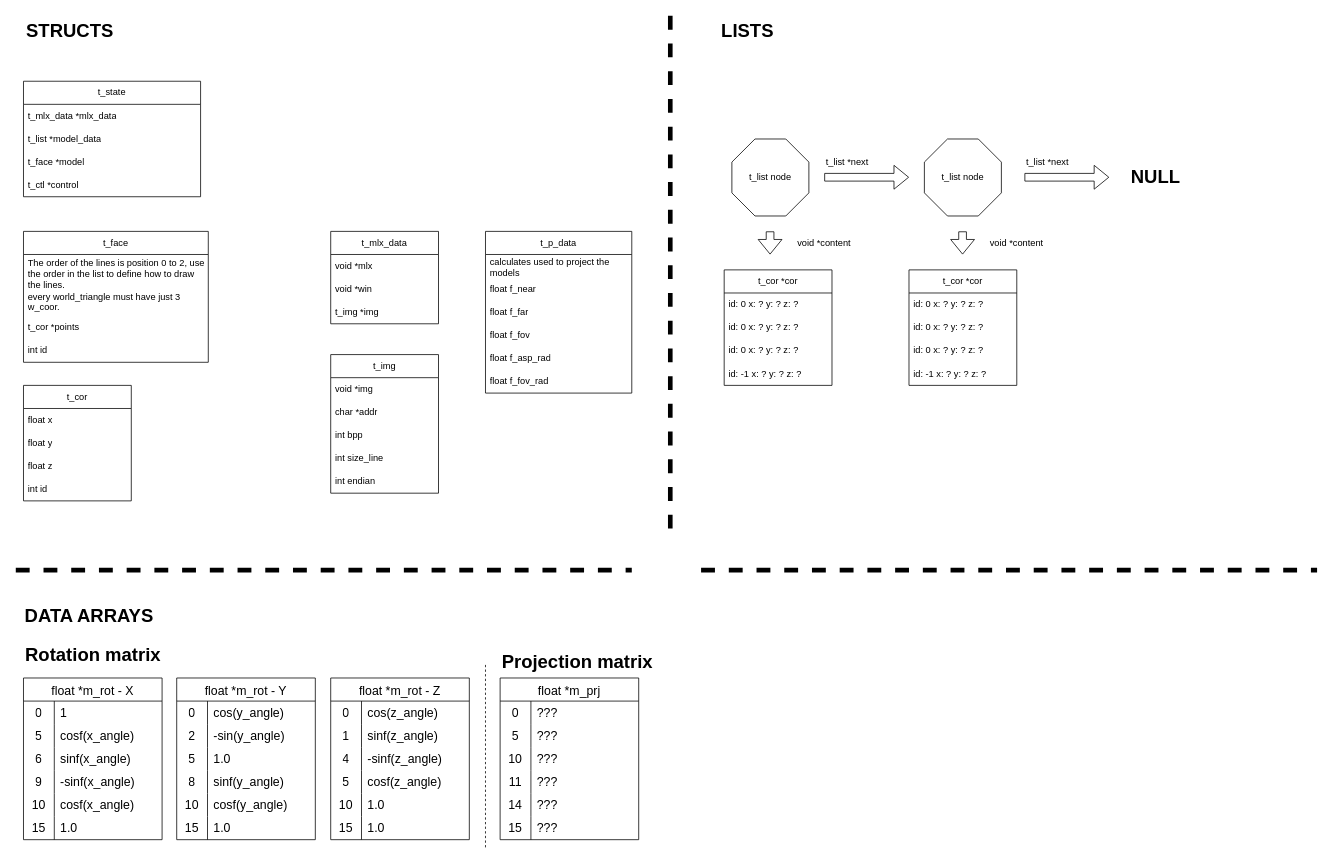
nythocampos/42_code keeps this draw.io diagram as page "data layer" (2 of 4) of Untitled Diagram.drawio. Above is the earlier version. Source tidied: cells renumbered, new cells numbered last; positions are measured from the earlier drawing's top-left corner, leaving out a move shared by most shapes. Both pictures are drawn from the tidied source at 77%, with x=0, y=0 at pixel (15, 15).
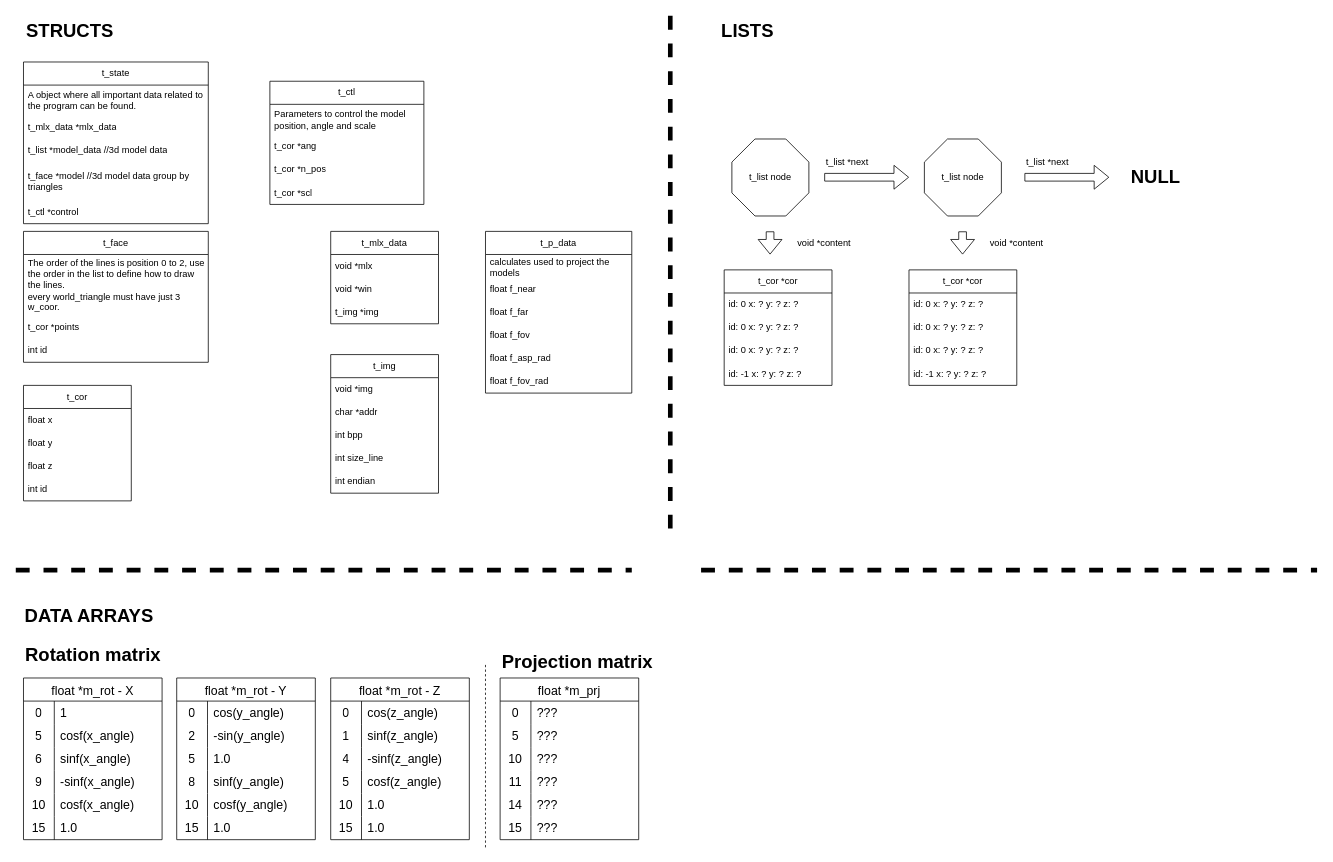
Above is the later version.

The edit, as a diff of the source:
```diff
@@
     <mxCell id="28" value="t_state" style="swimlane;fontStyle=0;horizontal=1;startSize=30;whiteSpace=wrap;html=1;" parent="1" vertex="1">
-      <mxGeometry x="10" y="85" width="230" height="150" as="geometry" />
+      <mxGeometry x="10" y="60" width="240" height="210" as="geometry" />
     </mxCell>
+    <mxCell id="139" value="A object where all important data related to the program can be found." style="text;strokeColor=none;fillColor=none;align=left;verticalAlign=middle;spacingLeft=4;spacingRight=4;overflow=hidden;whiteSpace=wrap;html=1;" parent="28" vertex="1">
+      <mxGeometry y="30" width="240" height="40" as="geometry" />
+    </mxCell>
     <mxCell id="29" value="t_mlx_data *mlx_data" style="text;strokeColor=none;fillColor=none;align=left;verticalAlign=middle;spacingLeft=4;spacingRight=4;overflow=hidden;whiteSpace=wrap;html=1;" parent="28" vertex="1">
-      <mxGeometry y="30" width="230" height="30" as="geometry" />
+      <mxGeometry y="70" width="240" height="30" as="geometry" />
     </mxCell>
-    <mxCell id="30" value="t_list *model_data" style="text;strokeColor=none;fillColor=none;align=left;verticalAlign=middle;spacingLeft=4;spacingRight=4;overflow=hidden;whiteSpace=wrap;html=1;" parent="28" vertex="1">
-      <mxGeometry y="60" width="230" height="30" as="geometry" />
+    <mxCell id="30" value="t_list *model_data //3d model data" style="text;strokeColor=none;fillColor=none;align=left;verticalAlign=middle;spacingLeft=4;spacingRight=4;overflow=hidden;whiteSpace=wrap;html=1;" parent="28" vertex="1">
+      <mxGeometry y="100" width="240" height="30" as="geometry" />
     </mxCell>
-    <mxCell id="31" value="t_face *model" style="text;strokeColor=none;fillColor=none;align=left;verticalAlign=middle;spacingLeft=4;spacingRight=4;overflow=hidden;whiteSpace=wrap;html=1;" parent="28" vertex="1">
-      <mxGeometry y="90" width="230" height="30" as="geometry" />
+    <mxCell id="31" value="t_face *model //3d model data group by triangles" style="text;strokeColor=none;fillColor=none;align=left;verticalAlign=middle;spacingLeft=4;spacingRight=4;overflow=hidden;whiteSpace=wrap;html=1;" parent="28" vertex="1">
+      <mxGeometry y="130" width="240" height="50" as="geometry" />
     </mxCell>
     <mxCell id="32" value="t_ctl *control" style="text;strokeColor=none;fillColor=none;align=left;verticalAlign=middle;spacingLeft=4;spacingRight=4;overflow=hidden;whiteSpace=wrap;html=1;" parent="28" vertex="1">
-      <mxGeometry y="120" width="230" height="30" as="geometry" />
+      <mxGeometry y="180" width="240" height="30" as="geometry" />
     </mxCell>
@@
+    <mxCell id="140" value="t_ctl" style="swimlane;fontStyle=0;horizontal=1;startSize=30;whiteSpace=wrap;html=1;" parent="1" vertex="1">
+      <mxGeometry x="330" y="85" width="200" height="160" as="geometry" />
+    </mxCell>
+    <mxCell id="141" value="Parameters to control the model position, angle and scale" style="text;strokeColor=none;fillColor=none;align=left;verticalAlign=middle;spacingLeft=4;spacingRight=4;overflow=hidden;whiteSpace=wrap;html=1;" parent="140" vertex="1">
+      <mxGeometry y="30" width="200" height="40" as="geometry" />
+    </mxCell>
+    <mxCell id="142" value="t_cor *ang" style="text;strokeColor=none;fillColor=none;align=left;verticalAlign=middle;spacingLeft=4;spacingRight=4;overflow=hidden;whiteSpace=wrap;html=1;" parent="140" vertex="1">
+      <mxGeometry y="70" width="200" height="30" as="geometry" />
+    </mxCell>
+    <mxCell id="143" value="t_cor *n_pos" style="text;strokeColor=none;fillColor=none;align=left;verticalAlign=middle;spacingLeft=4;spacingRight=4;overflow=hidden;whiteSpace=wrap;html=1;" parent="140" vertex="1">
+      <mxGeometry y="100" width="200" height="30" as="geometry" />
+    </mxCell>
+    <mxCell id="144" value="t_cor *scl" style="text;strokeColor=none;fillColor=none;align=left;verticalAlign=middle;spacingLeft=4;spacingRight=4;overflow=hidden;whiteSpace=wrap;html=1;" parent="140" vertex="1">
+      <mxGeometry y="130" width="200" height="30" as="geometry" />
+    </mxCell>
```
